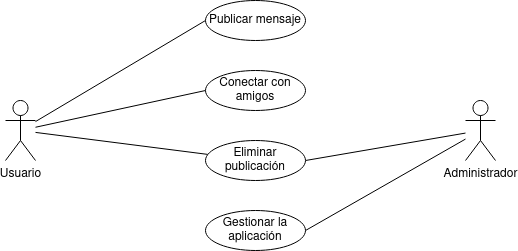
Earlier version of the draw.io export diagrama_comportamiento/aplicación_red_social/aplicación_red_social.png (liliguoz/ETS). Source tidied: cells renumbered, new cells last; positions are measured from the earlier drawing's top-left corner, leaving out a move shared by most shapes.
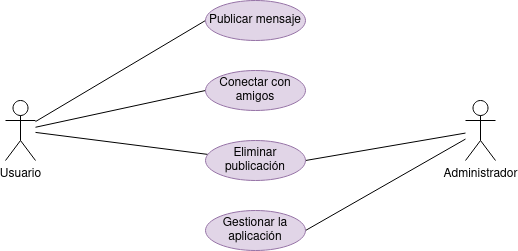
The same diagram one commit later.

Change to the diagram source:
```diff
@@ -23,16 +23,16 @@
     <mxCell id="8" value="Administrador" style="shape=umlActor;verticalLabelPosition=bottom;verticalAlign=top;html=1;outlineConnect=0;" parent="1" vertex="1">
       <mxGeometry x="460" y="100" width="30" height="60" as="geometry" />
     </mxCell>
-    <mxCell id="9" value="Publicar mensaje" style="ellipse;whiteSpace=wrap;html=1;align=center;" parent="1" vertex="1">
+    <mxCell id="9" value="Publicar mensaje" style="ellipse;whiteSpace=wrap;html=1;align=center;fillColor=#e1d5e7;strokeColor=#9673a6;" parent="1" vertex="1">
       <mxGeometry x="200" width="100" height="40" as="geometry" />
     </mxCell>
-    <mxCell id="10" value="Conectar con amigos " style="ellipse;whiteSpace=wrap;html=1;align=center;" parent="1" vertex="1">
+    <mxCell id="10" value="Conectar con amigos " style="ellipse;whiteSpace=wrap;html=1;align=center;fillColor=#e1d5e7;strokeColor=#9673a6;" parent="1" vertex="1">
       <mxGeometry x="200" y="70" width="100" height="40" as="geometry" />
     </mxCell>
-    <mxCell id="11" value="Eliminar publicación" style="ellipse;whiteSpace=wrap;html=1;align=center;" parent="1" vertex="1">
+    <mxCell id="11" value="Eliminar publicación" style="ellipse;whiteSpace=wrap;html=1;align=center;fillColor=#e1d5e7;strokeColor=#9673a6;" parent="1" vertex="1">
       <mxGeometry x="200" y="140" width="100" height="40" as="geometry" />
     </mxCell>
-    <mxCell id="12" value="Gestionar la aplicación" style="ellipse;whiteSpace=wrap;html=1;align=center;" parent="1" vertex="1">
+    <mxCell id="12" value="Gestionar la aplicación" style="ellipse;whiteSpace=wrap;html=1;align=center;fillColor=#e1d5e7;strokeColor=#9673a6;" parent="1" vertex="1">
       <mxGeometry x="200" y="210" width="100" height="40" as="geometry" />
     </mxCell>
   </root>
```
